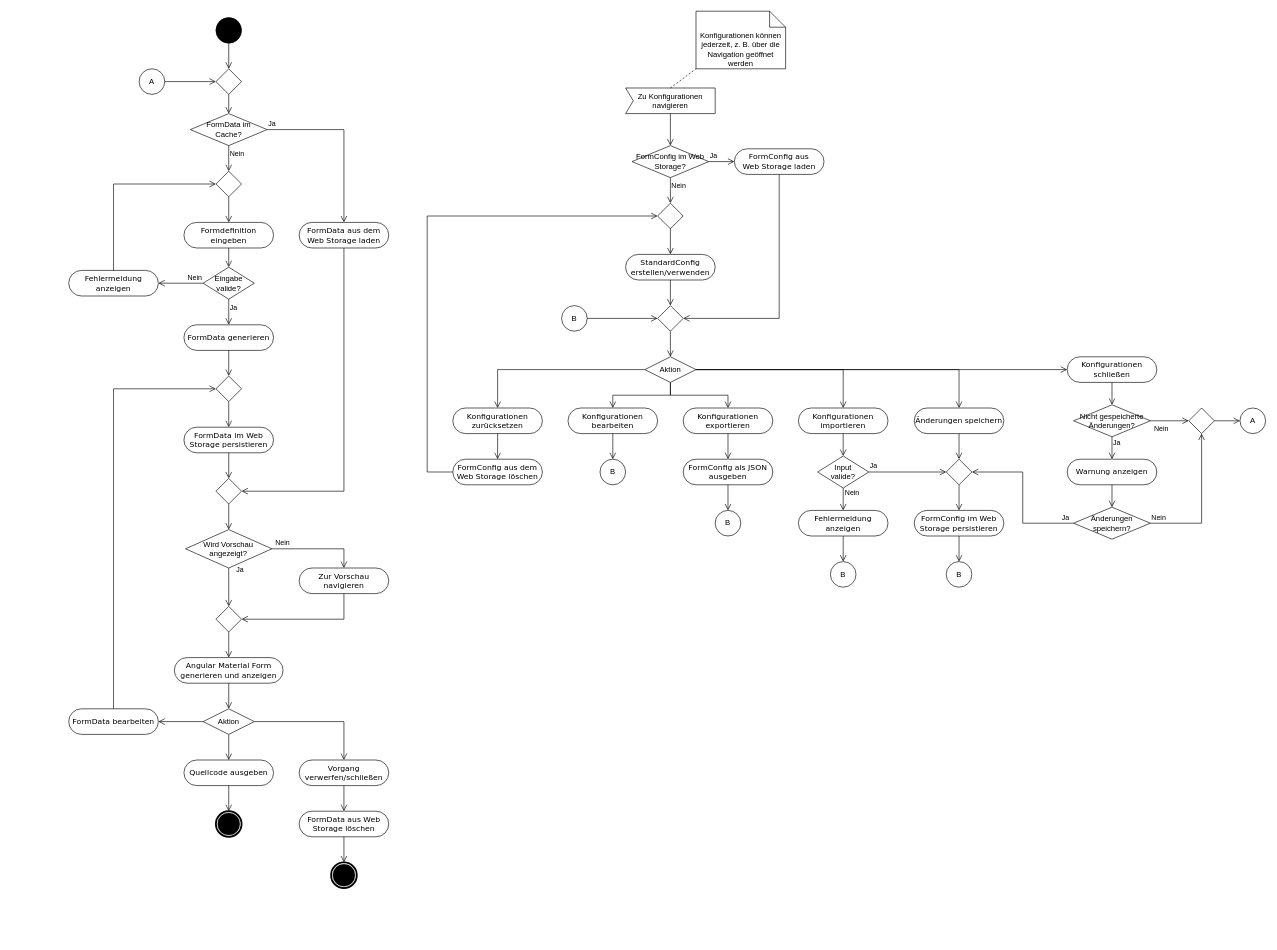
IfSince/form-generator keeps this draw.io diagram as diagrams/activity-diagram/Aktivitätsdiagramm.drawio. Above is the earlier version. Source tidied: cells renumbered, new cells numbered last; positions are measured from the earlier drawing's top-left corner, leaving out a move shared by most shapes. Both pictures are drawn from the tidied source at 64%, with x=0, y=0 at pixel (68, 11).
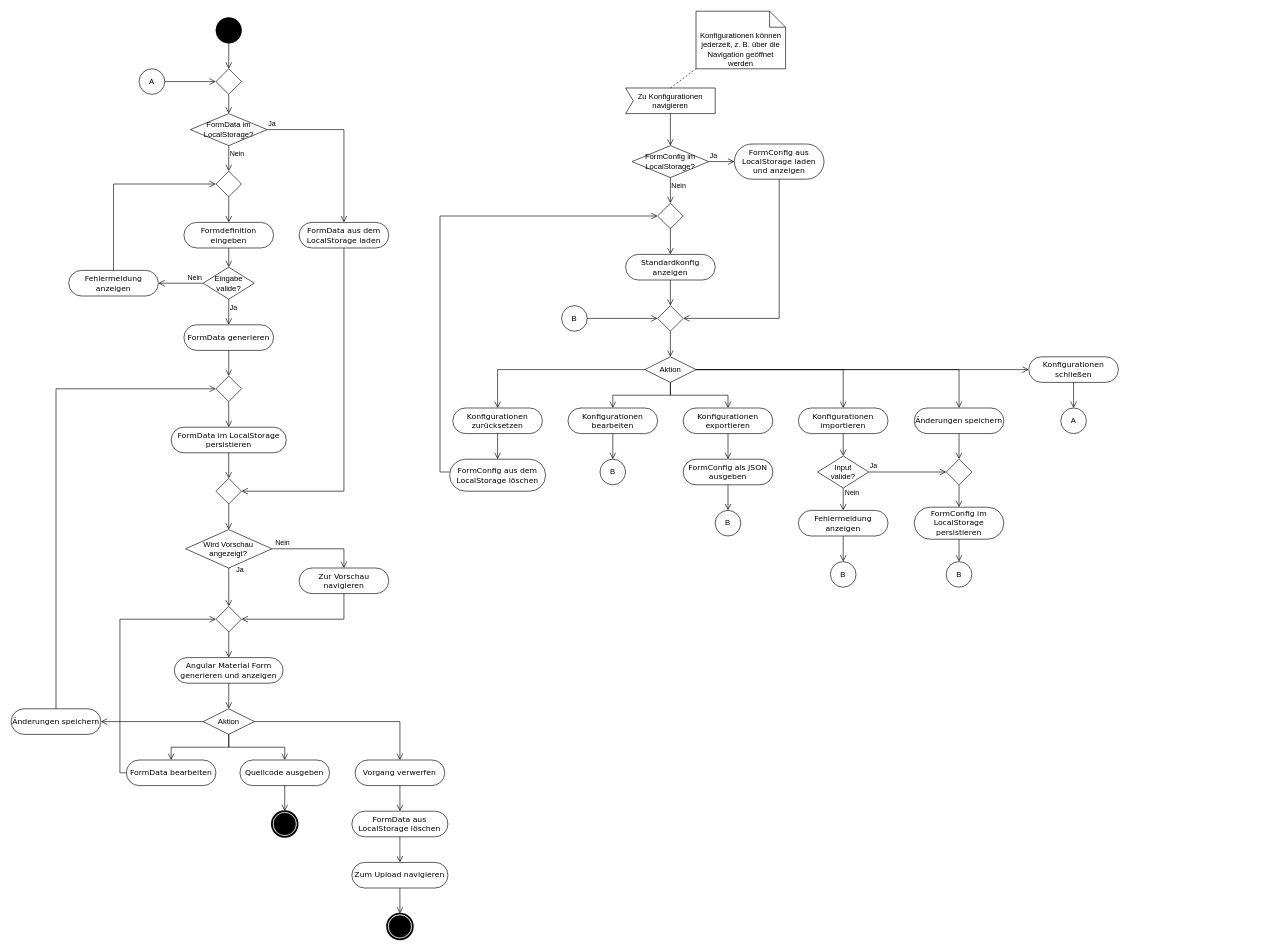
The same diagram, later.

Unchanged cells that the change refers to:
```xml
<mxCell id="19" value="Aktion" style="rhombus;whiteSpace=wrap;html=1;" parent="1" vertex="1">
  <mxGeometry x="209.9" y="1090" width="80" height="40" as="geometry" />
</mxCell>
<mxCell id="39" style="rhombus;whiteSpace=wrap;html=1;" parent="1" vertex="1">
  <mxGeometry x="920" y="300" width="40" height="40" as="geometry" />
</mxCell>
<mxCell id="51" style="rhombus;whiteSpace=wrap;html=1;" parent="1" vertex="1">
  <mxGeometry x="229.9" y="930" width="40" height="40" as="geometry" />
</mxCell>
<mxCell id="61" style="rhombus;whiteSpace=wrap;html=1;" parent="1" vertex="1">
  <mxGeometry x="229.9" y="570" width="40" height="40" as="geometry" />
</mxCell>
<mxCell id="74" value="Input&lt;div&gt;valide?&lt;/div&gt;" style="rhombus;whiteSpace=wrap;html=1;" parent="1" vertex="1">
  <mxGeometry x="1170" y="695" width="80" height="50" as="geometry" />
</mxCell>
<mxCell id="104" style="rhombus;whiteSpace=wrap;html=1;" parent="1" vertex="1">
  <mxGeometry x="1371" y="700" width="40" height="40" as="geometry" />
</mxCell>
```

Change to the diagram source:
```diff
@@
-    <mxCell id="3" value="FormData im&lt;div&gt;Cache?&lt;/div&gt;" style="rhombus;whiteSpace=wrap;html=1;" parent="1" vertex="1">
+    <mxCell id="3" value="FormData im&lt;div&gt;LocalStorage?&lt;/div&gt;" style="rhombus;whiteSpace=wrap;html=1;" parent="1" vertex="1">
       <mxGeometry x="189.9" y="160" width="120" height="50" as="geometry" />
     </mxCell>
@@
-    <mxCell id="8" value="FormData aus dem Web Storage laden" style="rounded=1;whiteSpace=wrap;html=1;shadow=0;comic=0;labelBackgroundColor=none;strokeWidth=1;fontFamily=Verdana;fontSize=12;align=center;arcSize=50;" parent="1" vertex="1">
+    <mxCell id="8" value="FormData aus dem LocalStorage laden" style="rounded=1;whiteSpace=wrap;html=1;shadow=0;comic=0;labelBackgroundColor=none;strokeWidth=1;fontFamily=Verdana;fontSize=12;align=center;arcSize=50;" parent="1" vertex="1">
       <mxGeometry x="359.9" y="330" width="140" height="40" as="geometry" />
     </mxCell>
@@
     <mxCell id="22" value="FormData bearbeiten" style="rounded=1;whiteSpace=wrap;html=1;shadow=0;comic=0;labelBackgroundColor=none;strokeWidth=1;fontFamily=Verdana;fontSize=12;align=center;arcSize=50;" parent="1" vertex="1">
-      <mxGeometry x="-0.1" y="1090" width="140" height="40" as="geometry" />
+      <mxGeometry x="89.9" y="1170" width="140" height="40" as="geometry" />
     </mxCell>
     <mxCell id="23" value="Quellcode ausgeben" style="rounded=1;whiteSpace=wrap;html=1;shadow=0;comic=0;labelBackgroundColor=none;strokeWidth=1;fontFamily=Verdana;fontSize=12;align=center;arcSize=50;" parent="1" vertex="1">
-      <mxGeometry x="179.9" y="1170" width="140" height="40" as="geometry" />
+      <mxGeometry x="267.4" y="1170" width="140" height="40" as="geometry" />
     </mxCell>
-    <mxCell id="24" value="Vorgang verwerfen/schließen" style="rounded=1;whiteSpace=wrap;html=1;shadow=0;comic=0;labelBackgroundColor=none;strokeWidth=1;fontFamily=Verdana;fontSize=12;align=center;arcSize=50;" parent="1" vertex="1">
-      <mxGeometry x="359.9" y="1170" width="140" height="40" as="geometry" />
+    <mxCell id="24" value="Vorgang verwerfen" style="rounded=1;whiteSpace=wrap;html=1;shadow=0;comic=0;labelBackgroundColor=none;strokeWidth=1;fontFamily=Verdana;fontSize=12;align=center;arcSize=50;" parent="1" vertex="1">
+      <mxGeometry x="447.4" y="1170" width="140" height="40" as="geometry" />
     </mxCell>
-    <mxCell id="25" value="FormData aus Web Storage löschen" style="rounded=1;whiteSpace=wrap;html=1;shadow=0;comic=0;labelBackgroundColor=none;strokeWidth=1;fontFamily=Verdana;fontSize=12;align=center;arcSize=50;" parent="1" vertex="1">
-      <mxGeometry x="359.9" y="1250" width="140" height="40" as="geometry" />
+    <mxCell id="25" value="FormData aus LocalStorage löschen" style="rounded=1;whiteSpace=wrap;html=1;shadow=0;comic=0;labelBackgroundColor=none;strokeWidth=1;fontFamily=Verdana;fontSize=12;align=center;arcSize=50;" parent="1" vertex="1">
+      <mxGeometry x="442.3" y="1250" width="150.1" height="40" as="geometry" />
     </mxCell>
@@
-    <mxCell id="28" style="edgeStyle=orthogonalEdgeStyle;html=1;align=left;verticalAlign=bottom;endArrow=open;endSize=8;strokeColor=#000000;rounded=0;entryX=1;entryY=0.5;entryDx=0;entryDy=0;exitX=0;exitY=0.5;exitDx=0;exitDy=0;" parent="1" edge="1" source="19" target="22">
+    <mxCell id="28" style="edgeStyle=orthogonalEdgeStyle;html=1;align=left;verticalAlign=bottom;endArrow=open;endSize=8;strokeColor=#000000;rounded=0;entryX=0.5;entryY=0;entryDx=0;entryDy=0;exitX=0.5;exitY=1;exitDx=0;exitDy=0;" parent="1" edge="1" source="19" target="22">
       <mxGeometry x="0.43" relative="1" as="geometry" />
     </mxCell>
@@
-    <mxCell id="30" style="edgeStyle=orthogonalEdgeStyle;html=1;align=left;verticalAlign=bottom;endArrow=open;endSize=8;strokeColor=#000000;rounded=0;exitX=0.5;exitY=0;exitDx=0;exitDy=0;entryX=0;entryY=0.5;entryDx=0;entryDy=0;" parent="1" edge="1" source="22" target="61">
+    <mxCell id="30" style="edgeStyle=orthogonalEdgeStyle;html=1;align=left;verticalAlign=bottom;endArrow=open;endSize=8;strokeColor=#000000;rounded=0;exitX=0;exitY=0.5;exitDx=0;exitDy=0;entryX=0;entryY=0.5;entryDx=0;entryDy=0;" parent="1" edge="1" source="22" target="51">
       <mxGeometry x="-1" relative="1" as="geometry" />
     </mxCell>
@@
-    <mxCell id="38" value="FormConfig aus&lt;div&gt;Web Storage laden&lt;/div&gt;" style="rounded=1;whiteSpace=wrap;html=1;shadow=0;comic=0;labelBackgroundColor=none;strokeWidth=1;fontFamily=Verdana;fontSize=12;align=center;arcSize=50;" parent="1" vertex="1">
-      <mxGeometry x="1040" y="215" width="140" height="40" as="geometry" />
+    <mxCell id="38" value="FormConfig aus&lt;div&gt;LocalStorage laden und anzeigen&lt;/div&gt;" style="rounded=1;whiteSpace=wrap;html=1;shadow=0;comic=0;labelBackgroundColor=none;strokeWidth=1;fontFamily=Verdana;fontSize=12;align=center;arcSize=50;" parent="1" vertex="1">
+      <mxGeometry x="1040" y="207.5" width="140" height="55" as="geometry" />
     </mxCell>
@@
     <mxCell id="43" style="shape=mxgraph.bpmn.shape;html=1;verticalLabelPosition=bottom;labelBackgroundColor=#ffffff;verticalAlign=top;perimeter=ellipsePerimeter;outline=end;symbol=terminate;rounded=0;shadow=0;comic=0;strokeWidth=1;fontFamily=Verdana;fontSize=12;align=center;" parent="1" vertex="1">
-      <mxGeometry x="409.9" y="1330" width="40" height="40" as="geometry" />
+      <mxGeometry x="497.4" y="1410" width="40" height="40" as="geometry" />
     </mxCell>
-    <mxCell id="44" style="edgeStyle=orthogonalEdgeStyle;html=1;align=left;verticalAlign=bottom;endArrow=open;endSize=8;strokeColor=#000000;rounded=0;exitX=0.5;exitY=1;exitDx=0;exitDy=0;entryX=0.5;entryY=0;entryDx=0;entryDy=0;" parent="1" edge="1" source="25" target="43">
+    <mxCell id="44" style="edgeStyle=orthogonalEdgeStyle;html=1;align=left;verticalAlign=bottom;endArrow=open;endSize=8;strokeColor=#000000;rounded=0;exitX=0.5;exitY=1;exitDx=0;exitDy=0;entryX=0.5;entryY=0;entryDx=0;entryDy=0;" parent="1" edge="1" source="25" target="120">
       <mxGeometry x="-1" relative="1" as="geometry" />
     </mxCell>
@@
-    <mxCell id="54" value="FormData im Web Storage persistieren" style="rounded=1;whiteSpace=wrap;html=1;shadow=0;comic=0;labelBackgroundColor=none;strokeWidth=1;fontFamily=Verdana;fontSize=12;align=center;arcSize=50;" parent="1" vertex="1">
-      <mxGeometry x="179.9" y="650" width="140" height="40" as="geometry" />
+    <mxCell id="54" value="FormData im LocalStorage persistieren" style="rounded=1;whiteSpace=wrap;html=1;shadow=0;comic=0;labelBackgroundColor=none;strokeWidth=1;fontFamily=Verdana;fontSize=12;align=center;arcSize=50;" parent="1" vertex="1">
+      <mxGeometry x="159.9" y="650" width="179.9" height="40" as="geometry" />
     </mxCell>
@@
-    <mxCell id="62" value="FormConfig im Web Storage?" style="rhombus;whiteSpace=wrap;html=1;" parent="1" vertex="1">
+    <mxCell id="62" value="FormConfig im LocalStorage?" style="rhombus;whiteSpace=wrap;html=1;" parent="1" vertex="1">
       <mxGeometry x="880" y="210" width="120" height="50" as="geometry" />
     </mxCell>
@@
-    <mxCell id="64" value="StandardConfig&lt;div&gt;erstellen/verwenden&lt;/div&gt;" style="rounded=1;whiteSpace=wrap;html=1;shadow=0;comic=0;labelBackgroundColor=none;strokeWidth=1;fontFamily=Verdana;fontSize=12;align=center;arcSize=50;" parent="1" vertex="1">
+    <mxCell id="64" value="Standardkonfig&lt;div&gt;anzeigen&lt;/div&gt;" style="rounded=1;whiteSpace=wrap;html=1;shadow=0;comic=0;labelBackgroundColor=none;strokeWidth=1;fontFamily=Verdana;fontSize=12;align=center;arcSize=50;" parent="1" vertex="1">
       <mxGeometry x="870" y="380" width="140" height="40" as="geometry" />
     </mxCell>
@@
-    <mxCell id="70" value="Ja" style="edgeStyle=orthogonalEdgeStyle;html=1;align=left;verticalAlign=bottom;endArrow=open;endSize=8;strokeColor=#000000;rounded=0;" parent="1" edge="1" source="74" target="104">
-      <mxGeometry x="-1" relative="1" as="geometry" />
+    <mxCell id="70" value="Ja" style="edgeStyle=orthogonalEdgeStyle;html=1;align=left;verticalAlign=bottom;endArrow=open;endSize=8;strokeColor=#000000;rounded=0;entryX=0;entryY=0.5;entryDx=0;entryDy=0;" parent="1" edge="1" source="74" target="104">
+      <mxGeometry x="-1" relative="1" as="geometry">
+        <Array as="points">
+          <mxPoint x="1330" y="720" />
+          <mxPoint x="1330" y="720" />
+        </Array>
+      </mxGeometry>
     </mxCell>
@@
-    <mxCell id="75" value="FormConfig im Web Storage persistieren" style="rounded=1;whiteSpace=wrap;html=1;shadow=0;comic=0;labelBackgroundColor=none;strokeWidth=1;fontFamily=Verdana;fontSize=12;align=center;arcSize=50;" parent="1" vertex="1">
-      <mxGeometry x="1321" y="780" width="140" height="40" as="geometry" />
+    <mxCell id="75" value="FormConfig im LocalStorage persistieren" style="rounded=1;whiteSpace=wrap;html=1;shadow=0;comic=0;labelBackgroundColor=none;strokeWidth=1;fontFamily=Verdana;fontSize=12;align=center;arcSize=50;" parent="1" vertex="1">
+      <mxGeometry x="1321" y="775" width="140" height="50" as="geometry" />
     </mxCell>
@@
-    <mxCell id="92" value="FormConfig aus dem Web Storage löschen" style="rounded=1;whiteSpace=wrap;html=1;shadow=0;comic=0;labelBackgroundColor=none;strokeWidth=1;fontFamily=Verdana;fontSize=12;align=center;arcSize=50;" parent="1" vertex="1">
-      <mxGeometry x="600" y="700" width="140" height="40" as="geometry" />
+    <mxCell id="92" value="FormConfig aus dem LocalStorage löschen" style="rounded=1;whiteSpace=wrap;html=1;shadow=0;comic=0;labelBackgroundColor=none;strokeWidth=1;fontFamily=Verdana;fontSize=12;align=center;arcSize=50;" parent="1" vertex="1">
+      <mxGeometry x="595" y="700" width="150" height="50" as="geometry" />
     </mxCell>
     <mxCell id="93" style="edgeStyle=orthogonalEdgeStyle;html=1;align=left;verticalAlign=bottom;endArrow=open;endSize=8;strokeColor=#000000;rounded=0;entryX=0;entryY=0.5;entryDx=0;entryDy=0;" parent="1" edge="1" source="92" target="39">
       <mxGeometry x="-1" relative="1" as="geometry">
         <Array as="points">
-          <mxPoint x="560" y="720" />
-          <mxPoint x="560" y="320" />
+          <mxPoint x="580" y="720" />
+          <mxPoint x="580" y="320" />
         </Array>
       </mxGeometry>
     </mxCell>
@@
     <mxCell id="99" value="Konfigurationen schließen" style="rounded=1;whiteSpace=wrap;html=1;shadow=0;comic=0;labelBackgroundColor=none;strokeWidth=1;fontFamily=Verdana;fontSize=12;align=center;arcSize=50;" parent="1" vertex="1">
-      <mxGeometry x="1560" y="540" width="140" height="40" as="geometry" />
+      <mxGeometry x="1500" y="540" width="140" height="40" as="geometry" />
     </mxCell>
@@
-    <mxCell id="101" value="Nicht gespeicherte Änderungen?" style="rhombus;whiteSpace=wrap;html=1;" parent="1" vertex="1">
-      <mxGeometry x="1570" y="615" width="120" height="50" as="geometry" />
-    </mxCell>
-    <mxCell id="102" value="Warnung anzeigen" style="rounded=1;whiteSpace=wrap;html=1;shadow=0;comic=0;labelBackgroundColor=none;strokeWidth=1;fontFamily=Verdana;fontSize=12;align=center;arcSize=50;" parent="1" vertex="1">
-      <mxGeometry x="1560" y="700" width="140" height="40" as="geometry" />
-    </mxCell>
@@
-    <mxCell id="105" style="edgeStyle=orthogonalEdgeStyle;html=1;align=left;verticalAlign=bottom;endArrow=open;endSize=8;strokeColor=#000000;rounded=0;" parent="1" edge="1" source="99" target="101">
+    <mxCell id="105" style="edgeStyle=orthogonalEdgeStyle;html=1;align=left;verticalAlign=bottom;endArrow=open;endSize=8;strokeColor=#000000;rounded=0;" parent="1" edge="1" source="99" target="113">
       <mxGeometry x="-1" relative="1" as="geometry" />
     </mxCell>
-    <mxCell id="106" value="Ja" style="edgeStyle=orthogonalEdgeStyle;html=1;align=left;verticalAlign=bottom;endArrow=open;endSize=8;strokeColor=#000000;rounded=0;" parent="1" edge="1" source="101" target="102">
-      <mxGeometry relative="1" as="geometry" />
-    </mxCell>
-    <mxCell id="107" value="Änderungen speichern?" style="rhombus;whiteSpace=wrap;html=1;" parent="1" vertex="1">
-      <mxGeometry x="1570" y="775" width="120" height="50" as="geometry" />
-    </mxCell>
-    <mxCell id="108" style="edgeStyle=orthogonalEdgeStyle;html=1;align=left;verticalAlign=bottom;endArrow=open;endSize=8;strokeColor=#000000;rounded=0;" parent="1" edge="1" source="102" target="107">
-      <mxGeometry x="-1" relative="1" as="geometry" />
-    </mxCell>
-    <mxCell id="109" value="Ja" style="edgeStyle=orthogonalEdgeStyle;html=1;align=left;verticalAlign=bottom;endArrow=open;endSize=8;strokeColor=#000000;rounded=0;entryX=1;entryY=0.5;entryDx=0;entryDy=0;" parent="1" edge="1" source="107" target="104">
-      <mxGeometry x="-0.83" relative="1" as="geometry" />
-    </mxCell>
-    <mxCell id="110" value="Nein" style="edgeStyle=orthogonalEdgeStyle;html=1;align=left;verticalAlign=bottom;endArrow=open;endSize=8;strokeColor=#000000;rounded=0;" parent="1" edge="1" source="107" target="111">
-      <mxGeometry x="-1" relative="1" as="geometry" />
-    </mxCell>
-    <mxCell id="111" style="rhombus;whiteSpace=wrap;html=1;" parent="1" vertex="1">
-      <mxGeometry x="1750" y="620" width="40" height="40" as="geometry" />
-    </mxCell>
-    <mxCell id="112" style="edgeStyle=orthogonalEdgeStyle;html=1;align=left;verticalAlign=bottom;endArrow=open;endSize=8;strokeColor=#000000;rounded=0;" parent="1" edge="1" source="111" target="113">
-      <mxGeometry x="-1" relative="1" as="geometry" />
-    </mxCell>
     <mxCell id="113" value="A" style="ellipse;whiteSpace=wrap;html=1;" parent="1" vertex="1">
-      <mxGeometry x="1830" y="620" width="40" height="40" as="geometry" />
+      <mxGeometry x="1550" y="620" width="40" height="40" as="geometry" />
     </mxCell>
-    <mxCell id="114" value="Nein" style="edgeStyle=orthogonalEdgeStyle;html=1;align=left;verticalAlign=top;endArrow=open;endSize=8;strokeColor=#000000;rounded=0;exitX=1;exitY=0.5;exitDx=0;exitDy=0;" parent="1" edge="1" source="101" target="111">
-      <mxGeometry x="-0.87" relative="1" as="geometry" />
-    </mxCell>
     <mxCell id="115" style="shape=mxgraph.bpmn.shape;html=1;verticalLabelPosition=bottom;labelBackgroundColor=#ffffff;verticalAlign=top;perimeter=ellipsePerimeter;outline=end;symbol=terminate;rounded=0;shadow=0;comic=0;strokeWidth=1;fontFamily=Verdana;fontSize=12;align=center;" parent="1" vertex="1">
-      <mxGeometry x="229.9" y="1250" width="40" height="40" as="geometry" />
+      <mxGeometry x="317.4" y="1250" width="40" height="40" as="geometry" />
     </mxCell>
@@
+    <mxCell id="117" value="Änderungen speichern" style="rounded=1;whiteSpace=wrap;html=1;shadow=0;comic=0;labelBackgroundColor=none;strokeWidth=1;fontFamily=Verdana;fontSize=12;align=center;arcSize=50;" parent="1" vertex="1">
+      <mxGeometry x="-90" y="1090" width="140" height="40" as="geometry" />
+    </mxCell>
+    <mxCell id="118" style="edgeStyle=orthogonalEdgeStyle;html=1;align=left;verticalAlign=bottom;endArrow=open;endSize=8;strokeColor=#000000;rounded=0;" parent="1" edge="1" source="19" target="117">
+      <mxGeometry x="0.43" relative="1" as="geometry" />
+    </mxCell>
+    <mxCell id="119" style="edgeStyle=orthogonalEdgeStyle;html=1;align=left;verticalAlign=bottom;endArrow=open;endSize=8;strokeColor=#000000;rounded=0;entryX=0;entryY=0.5;entryDx=0;entryDy=0;exitX=0.5;exitY=0;exitDx=0;exitDy=0;" parent="1" edge="1" source="117" target="61">
+      <mxGeometry x="0.43" relative="1" as="geometry" />
+    </mxCell>
+    <mxCell id="120" value="Zum Upload navigieren" style="rounded=1;whiteSpace=wrap;html=1;shadow=0;comic=0;labelBackgroundColor=none;strokeWidth=1;fontFamily=Verdana;fontSize=12;align=center;arcSize=50;" parent="1" vertex="1">
+      <mxGeometry x="442.3" y="1330" width="150.1" height="40" as="geometry" />
+    </mxCell>
+    <mxCell id="121" style="edgeStyle=orthogonalEdgeStyle;html=1;align=left;verticalAlign=bottom;endArrow=open;endSize=8;strokeColor=#000000;rounded=0;exitX=0.5;exitY=1;exitDx=0;exitDy=0;entryX=0.5;entryY=0;entryDx=0;entryDy=0;" parent="1" edge="1" source="120" target="43">
+      <mxGeometry x="-1" relative="1" as="geometry" />
+    </mxCell>
```
